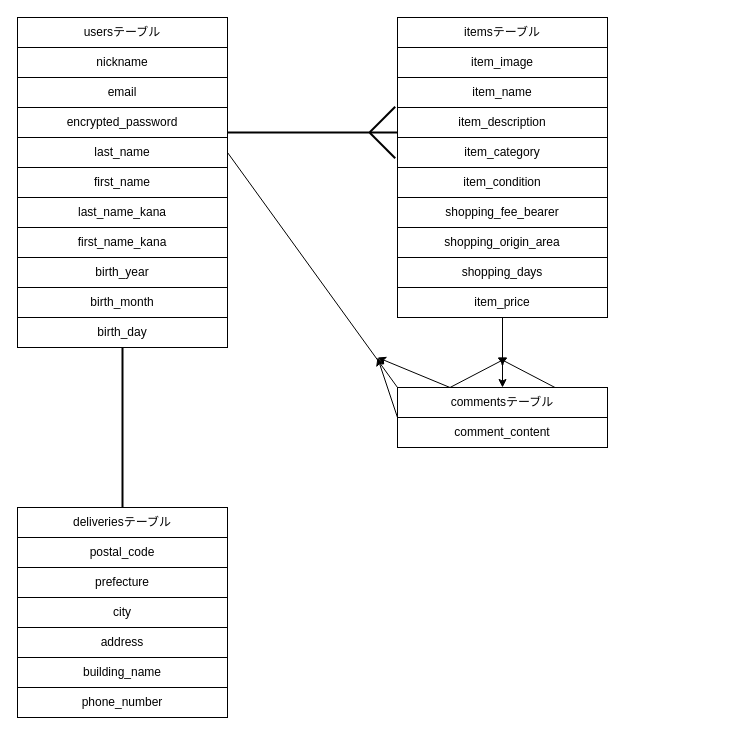
Earlier version of the draw.io diagram test.dio (3ttaka/furima-41345). Source tidied: cells renumbered, new cells numbered last; positions are measured from the earlier drawing's top-left corner, leaving out a move shared by most shapes. Both pictures are drawn from the tidied source at 100%, with x=0, y=0 at pixel (17, 17).
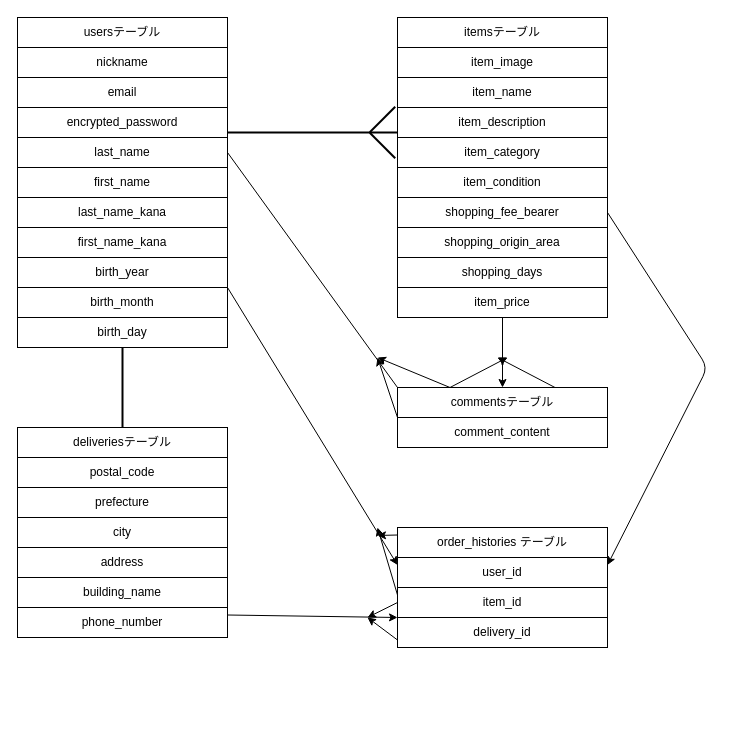
Above is the later version.

Commit message (it also covers changes not shown here):
ER図、README修正

Unchanged cells that the change refers to:
```xml
<mxCell id="18" value="shopping_fee_bearer" style="rounded=0;whiteSpace=wrap;html=1;" parent="10" vertex="1">
  <mxGeometry y="180" width="210" height="30" as="geometry" />
</mxCell>
<mxCell id="23" value="phone_number" style="rounded=0;whiteSpace=wrap;html=1;" parent="21" vertex="1">
  <mxGeometry y="180" width="210" height="30" as="geometry" />
</mxCell>
<mxCell id="44" value="birth_year" style="rounded=0;whiteSpace=wrap;html=1;" parent="1" vertex="1">
  <mxGeometry y="240" width="210" height="30" as="geometry" />
</mxCell>
```

What changed in the source:
```diff
@@
     <mxCell id="21" style="group;" parent="1" vertex="1">
-      <mxGeometry y="490" width="210" height="210" as="geometry" />
+      <mxGeometry y="410" width="210" height="210" as="geometry" />
     </mxCell>
@@
+    <mxCell id="49" style="edgeStyle=none;html=1;exitX=1;exitY=1;exitDx=0;exitDy=0;entryX=0;entryY=0.25;entryDx=0;entryDy=0;" parent="1" edge="1" source="44" target="53">
+      <mxGeometry relative="1" as="geometry" />
+    </mxCell>
@@
     <mxCell id="48" style="line;strokeWidth=2;direction=south;html=1;" parent="1" vertex="1">
-      <mxGeometry x="100" y="330" width="10" height="160" as="geometry" />
+      <mxGeometry x="100" y="330" width="10" height="80" as="geometry" />
     </mxCell>
+    <mxCell id="50" style="group;" parent="1" vertex="1">
+      <mxGeometry x="380" y="510" width="210" height="210" as="geometry" />
+    </mxCell>
+    <mxCell id="51" style="group;" parent="50" vertex="1">
+      <mxGeometry width="210" height="90" as="geometry" />
+    </mxCell>
+    <mxCell id="52" value="order_histories テーブル" style="rounded=0;whiteSpace=wrap;html=1;" parent="51" vertex="1">
+      <mxGeometry width="210" height="30" as="geometry" />
+    </mxCell>
+    <mxCell id="53" value="user_id" style="rounded=0;whiteSpace=wrap;html=1;" parent="51" vertex="1">
+      <mxGeometry y="30" width="210" height="30" as="geometry" />
+    </mxCell>
+    <mxCell id="54" value="item_id" style="rounded=0;whiteSpace=wrap;html=1;" parent="51" vertex="1">
+      <mxGeometry y="60" width="210" height="30" as="geometry" />
+    </mxCell>
+    <mxCell id="55" value="delivery_id" style="rounded=0;whiteSpace=wrap;html=1;" parent="50" vertex="1">
+      <mxGeometry y="90" width="210" height="30" as="geometry" />
+    </mxCell>
+    <mxCell id="56" style="edgeStyle=none;html=1;exitX=1;exitY=0.5;exitDx=0;exitDy=0;entryX=1;entryY=0.25;entryDx=0;entryDy=0;" parent="1" edge="1" source="18" target="53">
+      <mxGeometry relative="1" as="geometry">
+        <Array as="points">
+          <mxPoint x="690" y="350" />
+        </Array>
+      </mxGeometry>
+    </mxCell>
+    <mxCell id="57" style="edgeStyle=none;html=1;exitX=0;exitY=0.25;exitDx=0;exitDy=0;" parent="1" edge="1" source="54">
+      <mxGeometry relative="1" as="geometry">
+        <mxPoint x="360" y="510" as="targetPoint" />
+      </mxGeometry>
+    </mxCell>
+    <mxCell id="58" style="edgeStyle=none;html=1;exitX=0;exitY=0.25;exitDx=0;exitDy=0;" parent="1" edge="1" source="52">
+      <mxGeometry relative="1" as="geometry">
+        <mxPoint x="360" y="518" as="targetPoint" />
+      </mxGeometry>
+    </mxCell>
+    <mxCell id="59" style="edgeStyle=none;html=1;exitX=1;exitY=0.25;exitDx=0;exitDy=0;entryX=0;entryY=0;entryDx=0;entryDy=0;" parent="1" edge="1" source="23" target="55">
+      <mxGeometry relative="1" as="geometry" />
+    </mxCell>
+    <mxCell id="60" style="edgeStyle=none;html=1;exitX=0;exitY=0.75;exitDx=0;exitDy=0;" parent="1" edge="1" source="55">
+      <mxGeometry relative="1" as="geometry">
+        <mxPoint x="350" y="600" as="targetPoint" />
+      </mxGeometry>
+    </mxCell>
+    <mxCell id="61" style="edgeStyle=none;html=1;exitX=0;exitY=0.5;exitDx=0;exitDy=0;" parent="1" edge="1" source="54">
+      <mxGeometry relative="1" as="geometry">
+        <mxPoint x="350" y="600" as="targetPoint" />
+      </mxGeometry>
+    </mxCell>
```
